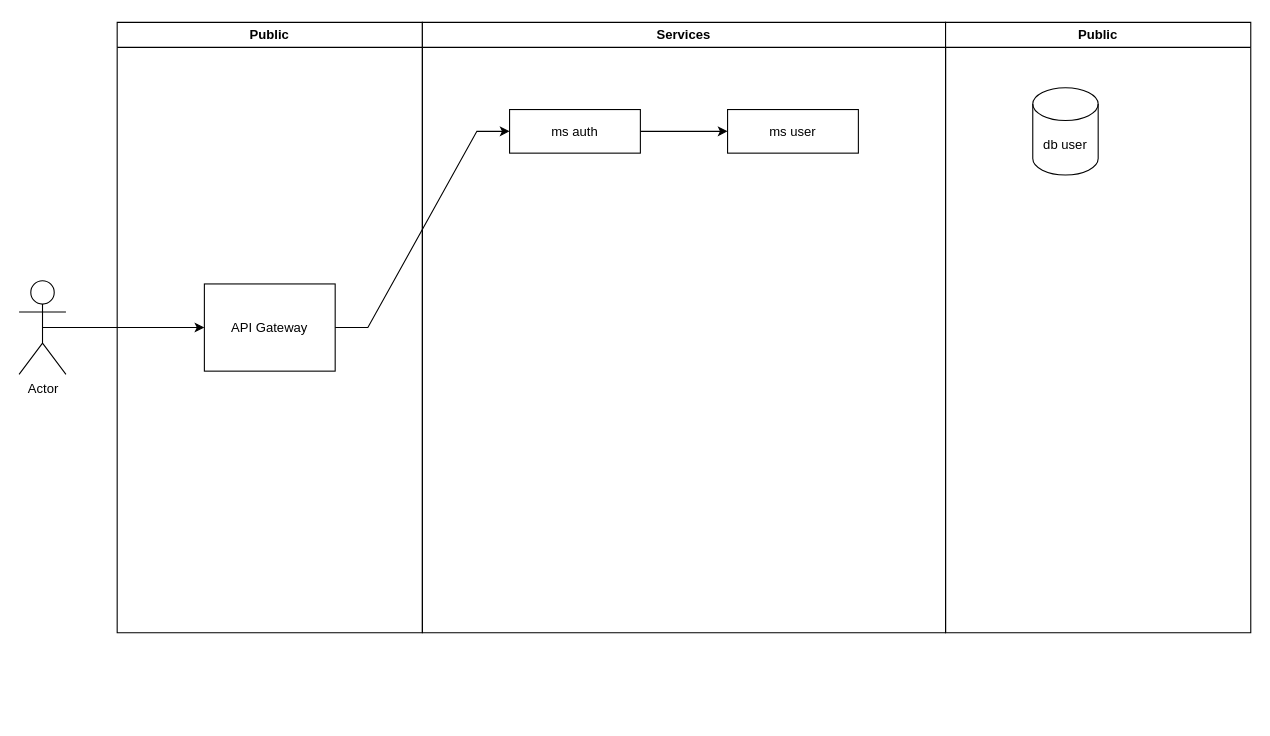
Before: page "Page-1" (1 of 3) of open-ticket.drawio in apaulinhacarlos/open-ticket, a draw.io diagram. Source tidied: cells renumbered, new cells numbered last; positions are measured from the earlier drawing's top-left corner, leaving out a move shared by most shapes. Both pictures are drawn from the tidied source at 109%, with x=0, y=0 at pixel (19, 22).
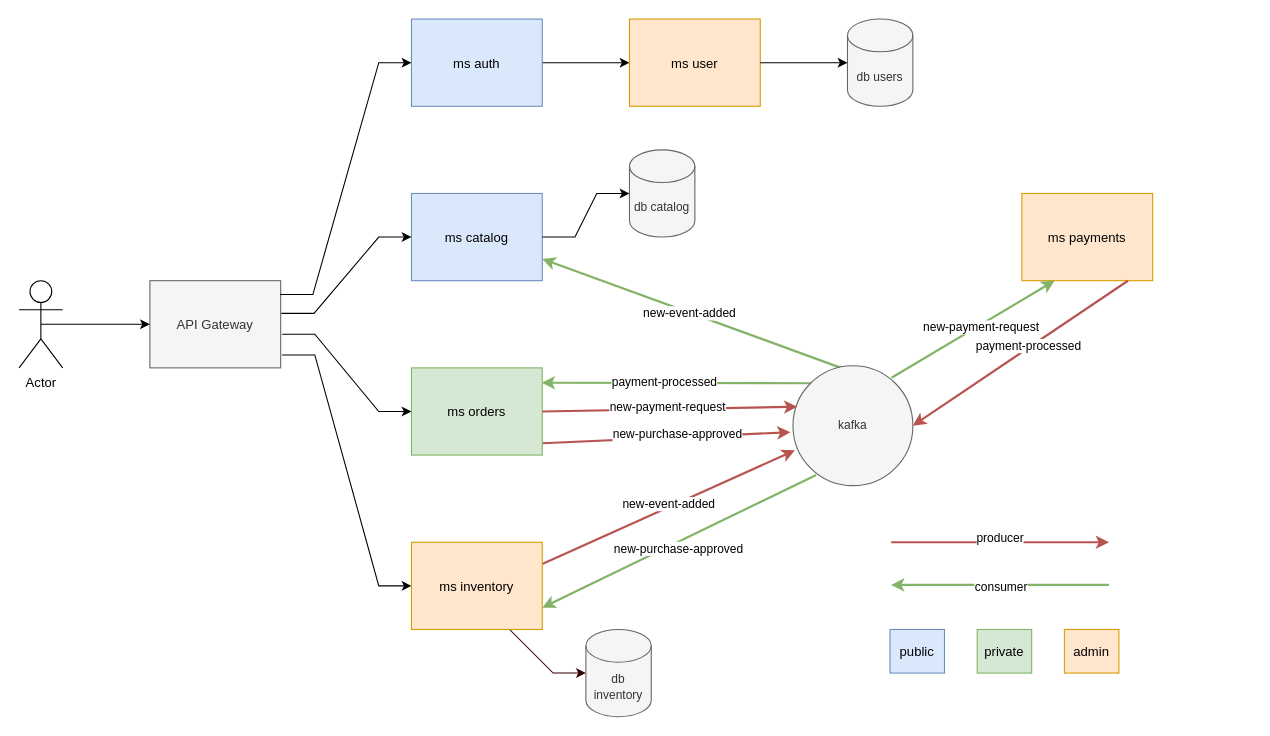
Above is the later version.

Diff of the diagram source:
```diff
@@
-    <mxCell id="2" value="Public" style="swimlane;whiteSpace=wrap;" parent="1" vertex="1">
-      <mxGeometry x="90" width="280" height="560" as="geometry" />
-    </mxCell>
-    <mxCell id="3" value="API Gateway" parent="2" vertex="1">
-      <mxGeometry x="80" y="240" width="120" height="80" as="geometry" />
+    <mxCell id="3" value="API Gateway" style="fillColor=#f5f5f5;strokeColor=#666666;fontColor=#333333;" parent="1" vertex="1">
+      <mxGeometry x="120" y="237" width="120" height="80" as="geometry" />
     </mxCell>
@@
     <mxCell id="5" value="Actor" style="shape=umlActor;verticalLabelPosition=bottom;verticalAlign=top;html=1;outlineConnect=0;" parent="1" vertex="1">
-      <mxGeometry y="237" width="43" height="86" as="geometry" />
+      <mxGeometry y="237" width="40" height="80" as="geometry" />
     </mxCell>
-    <mxCell id="6" value="Services" style="swimlane;whiteSpace=wrap;" parent="1" vertex="1">
-      <mxGeometry x="370" width="480" height="560" as="geometry" />
-    </mxCell>
-    <mxCell id="7" style="edgeStyle=orthogonalEdgeStyle;rounded=0;jettySize=auto;html=1;exitX=1;exitY=0.5;exitDx=0;exitDy=0;entryX=0;entryY=0.5;entryDx=0;entryDy=0;" parent="6" edge="1" source="8" target="9">
+    <mxCell id="7" style="edgeStyle=orthogonalEdgeStyle;rounded=0;jettySize=auto;html=1;exitX=1;exitY=0.5;exitDx=0;exitDy=0;entryX=0;entryY=0.5;entryDx=0;entryDy=0;" parent="1" edge="1" source="8" target="9">
       <mxGeometry relative="1" as="geometry" />
     </mxCell>
-    <mxCell id="8" value="ms auth" parent="6" vertex="1">
-      <mxGeometry x="80" y="80" width="120" height="40" as="geometry" />
+    <mxCell id="8" value="ms auth" style="fillColor=#dae8fc;strokeColor=#6c8ebf;" parent="1" vertex="1">
+      <mxGeometry x="360" y="-3" width="120" height="80" as="geometry" />
     </mxCell>
-    <mxCell id="9" value="ms user" parent="6" vertex="1">
-      <mxGeometry x="280" y="80" width="120" height="40" as="geometry" />
+    <mxCell id="9" value="ms user" style="fillColor=#ffe6cc;strokeColor=#d79b00;" parent="1" vertex="1">
+      <mxGeometry x="560" y="-3" width="120" height="80" as="geometry" />
     </mxCell>
+    <mxCell id="13" style="shape=connector;rounded=0;jettySize=auto;html=1;exitX=1.004;exitY=0.864;exitDx=0;exitDy=0;labelBackgroundColor=default;strokeColor=#b85450;align=center;verticalAlign=middle;fontFamily=Helvetica;fontSize=11;fontColor=default;endArrow=classic;entryX=-0.021;entryY=0.555;entryDx=0;entryDy=0;entryPerimeter=0;fillColor=#f8cecc;strokeWidth=2;exitPerimeter=0;" parent="1" edge="1" source="15" target="27">
+      <mxGeometry relative="1" as="geometry" />
+    </mxCell>
+    <mxCell id="14" value="new-purchase-approved" style="edgeLabel;html=1;align=center;verticalAlign=middle;fontFamily=Helvetica;fontSize=11;fontColor=default;" parent="13" vertex="1">
+      <mxGeometry x="0.01" y="4" relative="1" as="geometry">
+        <mxPoint x="8" as="offset" />
+      </mxGeometry>
+    </mxCell>
+    <mxCell id="15" value="ms orders" style="fillColor=#d5e8d4;strokeColor=#82b366;" parent="1" vertex="1">
+      <mxGeometry x="360" y="317" width="120" height="80" as="geometry" />
+    </mxCell>
+    <mxCell id="16" style="rounded=0;jettySize=auto;html=1;entryX=0.401;entryY=0.018;entryDx=0;entryDy=0;labelBackgroundColor=default;strokeColor=#82b366;align=center;verticalAlign=middle;fontFamily=Helvetica;fontSize=11;fontColor=default;endArrow=none;startArrow=classic;startFill=1;exitX=1;exitY=0.75;exitDx=0;exitDy=0;fillColor=#d5e8d4;strokeWidth=2;entryPerimeter=0;endFill=0;" parent="1" edge="1" source="18" target="27">
+      <mxGeometry relative="1" as="geometry" />
+    </mxCell>
+    <mxCell id="17" value="new-event-added" style="edgeLabel;html=1;align=center;verticalAlign=middle;fontFamily=Helvetica;fontSize=11;fontColor=default;" parent="16" vertex="1">
+      <mxGeometry x="-0.02" relative="1" as="geometry" />
+    </mxCell>
+    <mxCell id="18" value="ms catalog" style="fillColor=#dae8fc;strokeColor=#6c8ebf;" parent="1" vertex="1">
+      <mxGeometry x="360" y="157" width="120" height="80" as="geometry" />
+    </mxCell>
+    <mxCell id="19" style="shape=connector;rounded=0;jettySize=auto;html=1;exitX=1;exitY=0.25;exitDx=0;exitDy=0;entryX=0.016;entryY=0.706;entryDx=0;entryDy=0;labelBackgroundColor=default;strokeColor=#b85450;align=center;verticalAlign=middle;fontFamily=Helvetica;fontSize=11;fontColor=default;endArrow=classic;entryPerimeter=0;startArrow=none;startFill=0;fillColor=#f8cecc;strokeWidth=2;" parent="1" edge="1" source="22" target="27">
+      <mxGeometry relative="1" as="geometry" />
+    </mxCell>
+    <mxCell id="20" value="new-event-added" style="edgeLabel;html=1;align=center;verticalAlign=middle;fontFamily=Helvetica;fontSize=11;fontColor=default;" parent="19" vertex="1">
+      <mxGeometry x="0.01" y="3" relative="1" as="geometry" />
+    </mxCell>
+    <mxCell id="21" style="edgeStyle=entityRelationEdgeStyle;rounded=0;jettySize=auto;html=1;exitX=0.5;exitY=1;exitDx=0;exitDy=0;labelBackgroundColor=default;strokeColor=#330000;strokeWidth=1;align=center;verticalAlign=middle;fontFamily=Helvetica;fontSize=11;fontColor=default;endArrow=classic;fillColor=#fff2cc;entryX=0;entryY=0.5;entryDx=0;entryDy=0;entryPerimeter=0;" parent="1" edge="1" source="22" target="37">
+      <mxGeometry relative="1" as="geometry" />
+    </mxCell>
+    <mxCell id="22" value="ms inventory" style="fillColor=#ffe6cc;strokeColor=#d79b00;" parent="1" vertex="1">
+      <mxGeometry x="360" y="477" width="120" height="80" as="geometry" />
+    </mxCell>
+    <mxCell id="23" value="db users" style="shape=cylinder3;whiteSpace=wrap;html=1;boundedLbl=1;backgroundOutline=1;size=15;fontFamily=Helvetica;fontSize=11;fontColor=#333333;fillColor=#f5f5f5;strokeColor=#666666;" parent="1" vertex="1">
+      <mxGeometry x="760" y="-3" width="60" height="80" as="geometry" />
+    </mxCell>
+    <mxCell id="24" style="edgeStyle=entityRelationEdgeStyle;shape=connector;rounded=0;jettySize=auto;html=1;exitX=1;exitY=0.5;exitDx=0;exitDy=0;entryX=0;entryY=0.5;entryDx=0;entryDy=0;entryPerimeter=0;labelBackgroundColor=default;strokeColor=default;align=center;verticalAlign=middle;fontFamily=Helvetica;fontSize=11;fontColor=default;endArrow=classic;" parent="1" edge="1" source="9" target="23">
+      <mxGeometry relative="1" as="geometry" />
+    </mxCell>
+    <mxCell id="25" style="shape=connector;rounded=0;jettySize=auto;html=1;entryX=0.996;entryY=0.17;entryDx=0;entryDy=0;labelBackgroundColor=default;strokeColor=#82b366;align=center;verticalAlign=middle;fontFamily=Helvetica;fontSize=11;fontColor=default;endArrow=classic;fillColor=#d5e8d4;strokeWidth=2;entryPerimeter=0;exitX=0;exitY=0;exitDx=0;exitDy=0;" parent="1" edge="1" source="27" target="15">
+      <mxGeometry relative="1" as="geometry" />
+    </mxCell>
+    <mxCell id="26" value="payment-processed" style="edgeLabel;html=1;align=center;verticalAlign=middle;fontFamily=Helvetica;fontSize=11;fontColor=default;" parent="25" vertex="1">
+      <mxGeometry x="0.31" y="-1" relative="1" as="geometry">
+        <mxPoint x="27" as="offset" />
+      </mxGeometry>
+    </mxCell>
+    <mxCell id="27" value="kafka" style="ellipse;whiteSpace=wrap;html=1;fontFamily=Helvetica;fontSize=11;fillColor=#f5f5f5;strokeColor=#666666;fontColor=#333333;" parent="1" vertex="1">
+      <mxGeometry x="710" y="315" width="110" height="110" as="geometry" />
+    </mxCell>
+    <mxCell id="28" style="shape=connector;rounded=0;jettySize=auto;html=1;exitX=1;exitY=0.75;exitDx=0;exitDy=0;entryX=0.194;entryY=0.911;entryDx=0;entryDy=0;labelBackgroundColor=default;strokeColor=#82b366;align=center;verticalAlign=middle;fontFamily=Helvetica;fontSize=11;fontColor=default;endArrow=none;endFill=0;startArrow=classic;startFill=1;entryPerimeter=0;fillColor=#d5e8d4;strokeWidth=2;" parent="1" edge="1" source="22" target="27">
+      <mxGeometry relative="1" as="geometry" />
+    </mxCell>
+    <mxCell id="29" value="new-purchase-approved" style="edgeLabel;html=1;align=center;verticalAlign=middle;fontFamily=Helvetica;fontSize=11;fontColor=default;" parent="28" vertex="1">
+      <mxGeometry x="-0.25" relative="1" as="geometry">
+        <mxPoint x="30" y="-9" as="offset" />
+      </mxGeometry>
+    </mxCell>
+    <mxCell id="30" style="shape=connector;rounded=0;jettySize=auto;html=1;exitX=1;exitY=0.5;exitDx=0;exitDy=0;labelBackgroundColor=default;strokeColor=#b85450;align=center;verticalAlign=middle;fontFamily=Helvetica;fontSize=11;fontColor=default;endArrow=classic;startArrow=none;startFill=0;endFill=1;fillColor=#f8cecc;strokeWidth=2;entryX=0.036;entryY=0.342;entryDx=0;entryDy=0;entryPerimeter=0;" parent="1" edge="1" source="15" target="27">
+      <mxGeometry relative="1" as="geometry" />
+    </mxCell>
+    <mxCell id="31" value="new-payment-request" style="edgeLabel;html=1;align=center;verticalAlign=middle;fontFamily=Helvetica;fontSize=11;fontColor=default;" parent="30" vertex="1">
+      <mxGeometry x="-0.02" y="2" relative="1" as="geometry" />
+    </mxCell>
+    <mxCell id="32" value="db catalog" style="shape=cylinder3;whiteSpace=wrap;html=1;boundedLbl=1;backgroundOutline=1;size=15;fontFamily=Helvetica;fontSize=11;fontColor=#333333;fillColor=#f5f5f5;strokeColor=#666666;" parent="1" vertex="1">
+      <mxGeometry x="560" y="117" width="60" height="80" as="geometry" />
+    </mxCell>
+    <mxCell id="33" style="shape=connector;rounded=0;jettySize=auto;html=1;exitX=1;exitY=0.5;exitDx=0;exitDy=0;entryX=0;entryY=0.5;entryDx=0;entryDy=0;entryPerimeter=0;labelBackgroundColor=default;strokeColor=default;align=center;verticalAlign=middle;fontFamily=Helvetica;fontSize=11;fontColor=default;endArrow=classic;edgeStyle=entityRelationEdgeStyle;" parent="1" edge="1" source="18" target="32">
+      <mxGeometry relative="1" as="geometry" />
+    </mxCell>
+    <mxCell id="34" value="ms payments" style="fillColor=#ffe6cc;strokeColor=#d79b00;" parent="1" vertex="1">
+      <mxGeometry x="920" y="157" width="120" height="80" as="geometry" />
+    </mxCell>
+    <mxCell id="35" style="shape=connector;rounded=0;jettySize=auto;html=1;labelBackgroundColor=default;strokeColor=#82b366;align=center;verticalAlign=middle;fontFamily=Helvetica;fontSize=11;fontColor=default;endArrow=classic;fillColor=#d5e8d4;strokeWidth=2;entryX=0.25;entryY=1;entryDx=0;entryDy=0;exitX=0.822;exitY=0.101;exitDx=0;exitDy=0;exitPerimeter=0;" parent="1" edge="1" source="27" target="34">
+      <mxGeometry relative="1" as="geometry" />
+    </mxCell>
+    <mxCell id="36" value="&amp;nbsp;new-payment-request" style="edgeLabel;html=1;align=center;verticalAlign=middle;fontFamily=Helvetica;fontSize=11;fontColor=default;" parent="35" vertex="1">
+      <mxGeometry x="0.07" y="-1" relative="1" as="geometry" />
+    </mxCell>
+    <mxCell id="37" value="db inventory" style="shape=cylinder3;whiteSpace=wrap;html=1;boundedLbl=1;backgroundOutline=1;size=15;fontFamily=Helvetica;fontSize=11;fontColor=#333333;fillColor=#f5f5f5;strokeColor=#666666;" parent="1" vertex="1">
+      <mxGeometry x="520" y="557" width="60" height="80" as="geometry" />
+    </mxCell>
+    <mxCell id="38" style="edgeStyle=none;shape=connector;rounded=0;jettySize=auto;html=1;exitX=0.811;exitY=1.001;exitDx=0;exitDy=0;entryX=1;entryY=0.5;entryDx=0;entryDy=0;labelBackgroundColor=default;strokeColor=#b85450;strokeWidth=2;align=center;verticalAlign=middle;fontFamily=Helvetica;fontSize=11;fontColor=default;endArrow=classic;fillColor=#f8cecc;exitPerimeter=0;" parent="1" edge="1" source="34" target="27">
+      <mxGeometry relative="1" as="geometry" />
+    </mxCell>
+    <mxCell id="39" value="payment-processed" style="edgeLabel;html=1;align=center;verticalAlign=middle;fontFamily=Helvetica;fontSize=11;fontColor=default;" parent="38" vertex="1">
+      <mxGeometry x="-0.08" y="-2" relative="1" as="geometry" />
+    </mxCell>
-    <mxCell id="10" style="edgeStyle=entityRelationEdgeStyle;rounded=0;jettySize=auto;html=1;exitX=1;exitY=0.5;exitDx=0;exitDy=0;entryX=0;entryY=0.5;entryDx=0;entryDy=0;" parent="1" edge="1" source="3" target="8">
+    <mxCell id="10" style="edgeStyle=entityRelationEdgeStyle;rounded=0;jettySize=auto;html=1;entryX=0;entryY=0.5;entryDx=0;entryDy=0;exitX=0.996;exitY=0.159;exitDx=0;exitDy=0;exitPerimeter=0;" parent="1" edge="1" source="3" target="8">
       <mxGeometry relative="1" as="geometry" />
     </mxCell>
-    <mxCell id="11" value="Public" style="swimlane;whiteSpace=wrap;" parent="1" vertex="1">
-      <mxGeometry x="850" width="280" height="560" as="geometry" />
-    </mxCell>
-    <mxCell id="12" value="db user" style="shape=cylinder3;whiteSpace=wrap;html=1;boundedLbl=1;backgroundOutline=1;size=15;" parent="11" vertex="1">
-      <mxGeometry x="80" y="60" width="60" height="80" as="geometry" />
-    </mxCell>
+    <mxCell id="40" style="edgeStyle=entityRelationEdgeStyle;rounded=0;jettySize=auto;html=1;exitX=1.011;exitY=0.614;exitDx=0;exitDy=0;entryX=0;entryY=0.5;entryDx=0;entryDy=0;exitPerimeter=0;" parent="1" edge="1" source="3" target="15">
+      <mxGeometry relative="1" as="geometry" />
+    </mxCell>
+    <mxCell id="41" style="edgeStyle=entityRelationEdgeStyle;rounded=0;jettySize=auto;html=1;entryX=0;entryY=0.5;entryDx=0;entryDy=0;exitX=1.005;exitY=0.375;exitDx=0;exitDy=0;exitPerimeter=0;" parent="1" edge="1" source="3" target="18">
+      <mxGeometry relative="1" as="geometry" />
+    </mxCell>
+    <mxCell id="42" style="edgeStyle=entityRelationEdgeStyle;rounded=0;jettySize=auto;html=1;entryX=0;entryY=0.5;entryDx=0;entryDy=0;exitX=1.011;exitY=0.852;exitDx=0;exitDy=0;exitPerimeter=0;" parent="1" edge="1" source="3" target="22">
+      <mxGeometry relative="1" as="geometry" />
+    </mxCell>
+    <mxCell id="43" style="endArrow=classic;html=1;rounded=0;labelBackgroundColor=default;strokeColor=#b85450;strokeWidth=2;align=center;verticalAlign=middle;fontFamily=Helvetica;fontSize=11;fontColor=default;fillColor=#f8cecc;curved=0;" parent="1" edge="1">
+      <mxGeometry relative="1" as="geometry">
+        <mxPoint x="800" y="477" as="sourcePoint" />
+        <mxPoint x="1000" y="477" as="targetPoint" />
+      </mxGeometry>
+    </mxCell>
+    <mxCell id="44" value="producer" style="edgeLabel;html=1;align=center;verticalAlign=middle;fontFamily=Helvetica;fontSize=11;fontColor=default;" parent="43" vertex="1">
+      <mxGeometry x="-0.01" y="5" relative="1" as="geometry" />
+    </mxCell>
+    <mxCell id="45" style="endArrow=none;html=1;rounded=0;labelBackgroundColor=default;strokeColor=#82b366;strokeWidth=2;align=center;verticalAlign=middle;fontFamily=Helvetica;fontSize=11;fontColor=default;fillColor=#d5e8d4;curved=0;startArrow=classic;startFill=1;endFill=0;" parent="1" edge="1">
+      <mxGeometry relative="1" as="geometry">
+        <mxPoint x="800" y="516.1" as="sourcePoint" />
+        <mxPoint x="1000" y="516" as="targetPoint" />
+      </mxGeometry>
+    </mxCell>
+    <mxCell id="46" value="consumer" style="edgeLabel;html=1;align=center;verticalAlign=middle;fontFamily=Helvetica;fontSize=11;fontColor=default;" parent="45" vertex="1">
+      <mxGeometry x="0.09" y="-2" relative="1" as="geometry">
+        <mxPoint x="-9" y="-1" as="offset" />
+      </mxGeometry>
+    </mxCell>
+    <mxCell id="47" value="public" style="fillColor=#dae8fc;strokeColor=#6c8ebf;" parent="1" vertex="1">
+      <mxGeometry x="799" y="557" width="50" height="40" as="geometry" />
+    </mxCell>
+    <mxCell id="48" value="private" style="fillColor=#d5e8d4;strokeColor=#82b366;" parent="1" vertex="1">
+      <mxGeometry x="879" y="557" width="50" height="40" as="geometry" />
+    </mxCell>
+    <mxCell id="49" value="admin" style="fillColor=#ffe6cc;strokeColor=#d79b00;" parent="1" vertex="1">
+      <mxGeometry x="959" y="557" width="50" height="40" as="geometry" />
+    </mxCell>
```
